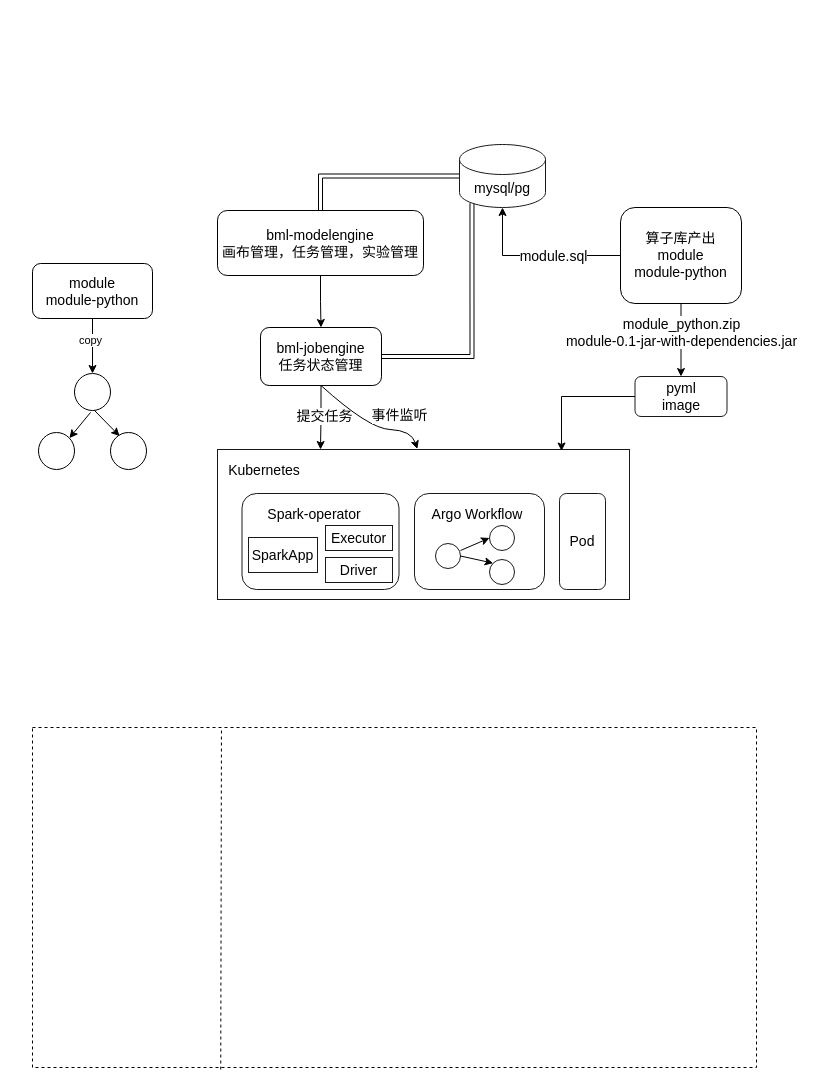
LinChuangquan/- keeps this draw.io diagram as images/未命名绘图.drawio. Above is the earlier version. Source tidied: cells renumbered, new cells numbered last; positions are measured from the earlier drawing's top-left corner, leaving out a move shared by most shapes. Both pictures are drawn from the tidied source at 100%, with x=0, y=0 at pixel (32, 144).
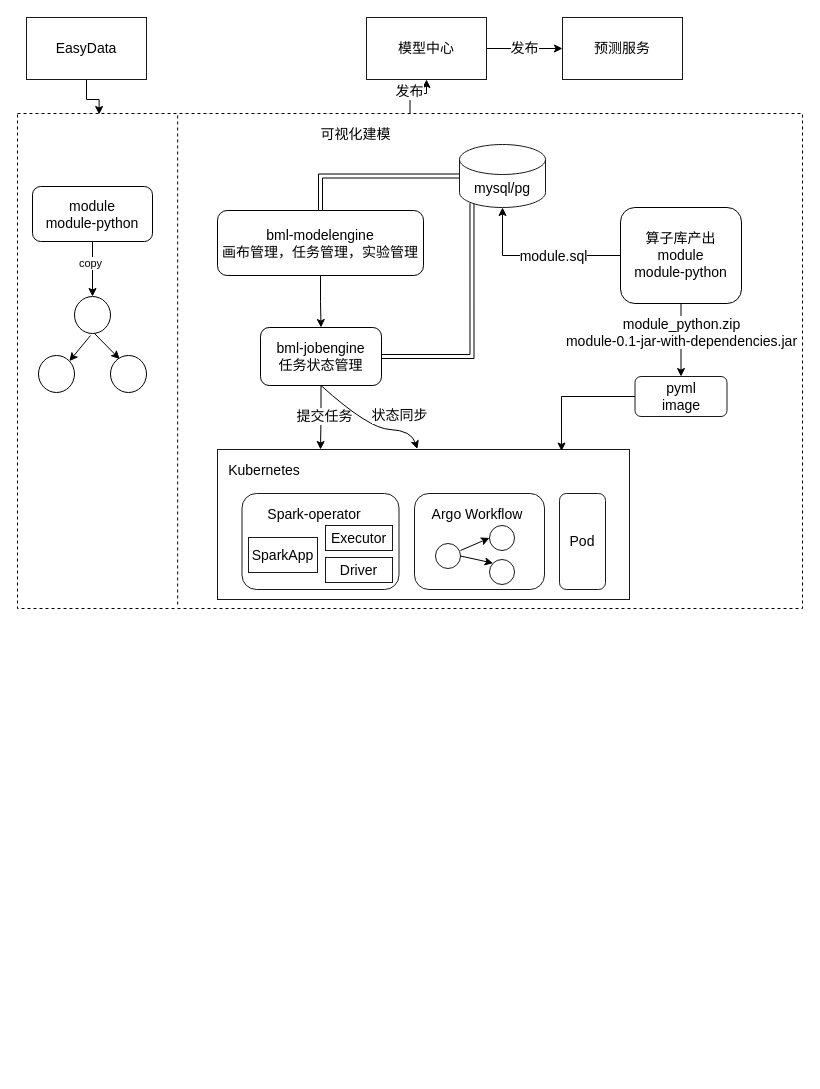
Above is the later version.

Commit message (it also covers changes not shown here):
更新未命名绘图.drawio

Unchanged cells that the change refers to:
```xml
<mxCell id="33" style="curved=1;endArrow=classic;html=1;rounded=0;fontSize=14;exitX=0.5;exitY=1;exitDx=0;exitDy=0;entryX=0.485;entryY=-0.003;entryDx=0;entryDy=0;entryPerimeter=0;" parent="1" edge="1" source="17" target="18">
  <mxGeometry relative="1" as="geometry">
    <Array as="points">
      <mxPoint x="336" y="284" />
      <mxPoint x="379" y="286" />
    </Array>
  </mxGeometry>
</mxCell>
```

Change to the diagram source:
```diff
@@
     <mxCell id="2" style="ellipse;whiteSpace=wrap;html=1;" parent="1" vertex="1">
-      <mxGeometry x="42" y="229" width="36" height="37" as="geometry" />
+      <mxGeometry x="42" y="152" width="36" height="37" as="geometry" />
     </mxCell>
@@
     <mxCell id="5" value="&lt;font style=&quot;font-size: 14px;&quot;&gt;module&lt;br&gt;module-python&lt;/font&gt;" style="rounded=1;whiteSpace=wrap;html=1;" parent="1" vertex="1">
-      <mxGeometry y="119" width="120" height="55" as="geometry" />
+      <mxGeometry y="42" width="120" height="55" as="geometry" />
     </mxCell>
     <mxCell id="6" style="ellipse;whiteSpace=wrap;html=1;" parent="1" vertex="1">
-      <mxGeometry x="78" y="288" width="36" height="37" as="geometry" />
+      <mxGeometry x="78" y="211" width="36" height="37" as="geometry" />
     </mxCell>
     <mxCell id="7" style="ellipse;whiteSpace=wrap;html=1;" parent="1" vertex="1">
-      <mxGeometry x="6" y="288" width="36" height="37" as="geometry" />
+      <mxGeometry x="6" y="211" width="36" height="37" as="geometry" />
     </mxCell>
     <mxCell id="8" style="endArrow=classic;html=1;rounded=0;entryX=1;entryY=0;entryDx=0;entryDy=0;" parent="1" edge="1" target="7">
       <mxGeometry relative="1" as="geometry">
-        <mxPoint x="58" y="268" as="sourcePoint" />
+        <mxPoint x="58" y="191" as="sourcePoint" />
       </mxGeometry>
     </mxCell>
     <mxCell id="9" style="endArrow=classic;html=1;rounded=0;entryX=0;entryY=0;entryDx=0;entryDy=0;" parent="1" edge="1">
       <mxGeometry relative="1" as="geometry">
-        <mxPoint x="62" y="266" as="sourcePoint" />
-        <mxPoint x="87.1" y="291.6" as="targetPoint" />
+        <mxPoint x="62" y="189" as="sourcePoint" />
+        <mxPoint x="87.1" y="214.6" as="targetPoint" />
       </mxGeometry>
     </mxCell>
+    <mxCell id="44" style="edgeStyle=orthogonalEdgeStyle;rounded=0;jettySize=auto;html=1;fontSize=14;" parent="1" edge="1" source="10" target="51">
+      <mxGeometry relative="1" as="geometry" />
+    </mxCell>
+    <mxCell id="45" value="发布" style="edgeLabel;html=1;align=center;verticalAlign=middle;fontSize=14;" parent="44" vertex="1">
+      <mxGeometry x="-0.21" y="3" relative="1" as="geometry">
+        <mxPoint x="-1" as="offset" />
+      </mxGeometry>
+    </mxCell>
     <mxCell id="10" style="verticalLabelPosition=bottom;verticalAlign=top;html=1;shape=mxgraph.basic.rect;fillColor2=none;strokeWidth=1;size=20;indent=5;dashed=1;textOpacity=0;fillColor=none;" parent="1" vertex="1">
-      <mxGeometry y="583" width="724" height="340" as="geometry" />
+      <mxGeometry x="-15" y="-31" width="785" height="495" as="geometry" />
     </mxCell>
-    <mxCell id="11" style="endArrow=none;dashed=1;html=1;rounded=0;exitX=0.26;exitY=1.006;exitDx=0;exitDy=0;exitPerimeter=0;entryX=0.261;entryY=0.009;entryDx=0;entryDy=0;entryPerimeter=0;" parent="1" edge="1" source="10" target="10">
-      <mxGeometry relative="1" as="geometry" />
-    </mxCell>
@@
-    <mxCell id="34" value="事件监听" style="edgeLabel;html=1;align=center;verticalAlign=middle;fontSize=14;" parent="33" vertex="1">
+    <mxCell id="34" value="状态同步" style="edgeLabel;html=1;align=center;verticalAlign=middle;fontSize=14;" parent="33" vertex="1">
       <mxGeometry x="0.11" y="-1" relative="1" as="geometry">
         <mxPoint x="25" y="-15" as="offset" />
       </mxGeometry>
     </mxCell>
@@
+    <mxCell id="46" style="edgeStyle=orthogonalEdgeStyle;rounded=0;jettySize=auto;html=1;entryX=0.104;entryY=0.002;entryDx=0;entryDy=0;entryPerimeter=0;fontSize=14;" parent="1" edge="1" source="47" target="10">
+      <mxGeometry relative="1" as="geometry" />
+    </mxCell>
+    <mxCell id="47" value="EasyData" style="rounded=0;whiteSpace=wrap;html=1;fontSize=14;strokeColor=#1A1A1A;fillColor=default;" parent="1" vertex="1">
+      <mxGeometry x="-6" y="-127" width="120" height="62" as="geometry" />
+    </mxCell>
+    <mxCell id="48" value="可视化建模" style="edgeLabel;html=1;align=center;verticalAlign=middle;fontSize=14;" parent="1" vertex="1">
+      <mxGeometry x="324" y="-9" as="geometry">
+        <mxPoint x="-2" y="-2" as="offset" />
+      </mxGeometry>
+    </mxCell>
+    <mxCell id="49" value="预测服务" style="rounded=0;whiteSpace=wrap;html=1;fontSize=14;strokeColor=#1A1A1A;fillColor=default;" parent="1" vertex="1">
+      <mxGeometry x="530" y="-127" width="120" height="62" as="geometry" />
+    </mxCell>
+    <mxCell id="50" value="发布" style="edgeStyle=orthogonalEdgeStyle;rounded=0;jettySize=auto;html=1;fontSize=14;" parent="1" edge="1" source="51" target="49">
+      <mxGeometry relative="1" as="geometry" />
+    </mxCell>
+    <mxCell id="51" value="模型中心" style="rounded=0;whiteSpace=wrap;html=1;fontSize=14;strokeColor=#1A1A1A;fillColor=default;" parent="1" vertex="1">
+      <mxGeometry x="334" y="-127" width="120" height="62" as="geometry" />
+    </mxCell>
+    <mxCell id="11" style="endArrow=none;html=1;rounded=0;dashed=1;fontSize=14;exitX=0.204;exitY=0.004;exitDx=0;exitDy=0;exitPerimeter=0;entryX=0.204;entryY=0.992;entryDx=0;entryDy=0;entryPerimeter=0;" parent="1" edge="1" source="10" target="10">
+      <mxGeometry relative="1" as="geometry" />
+    </mxCell>
```
